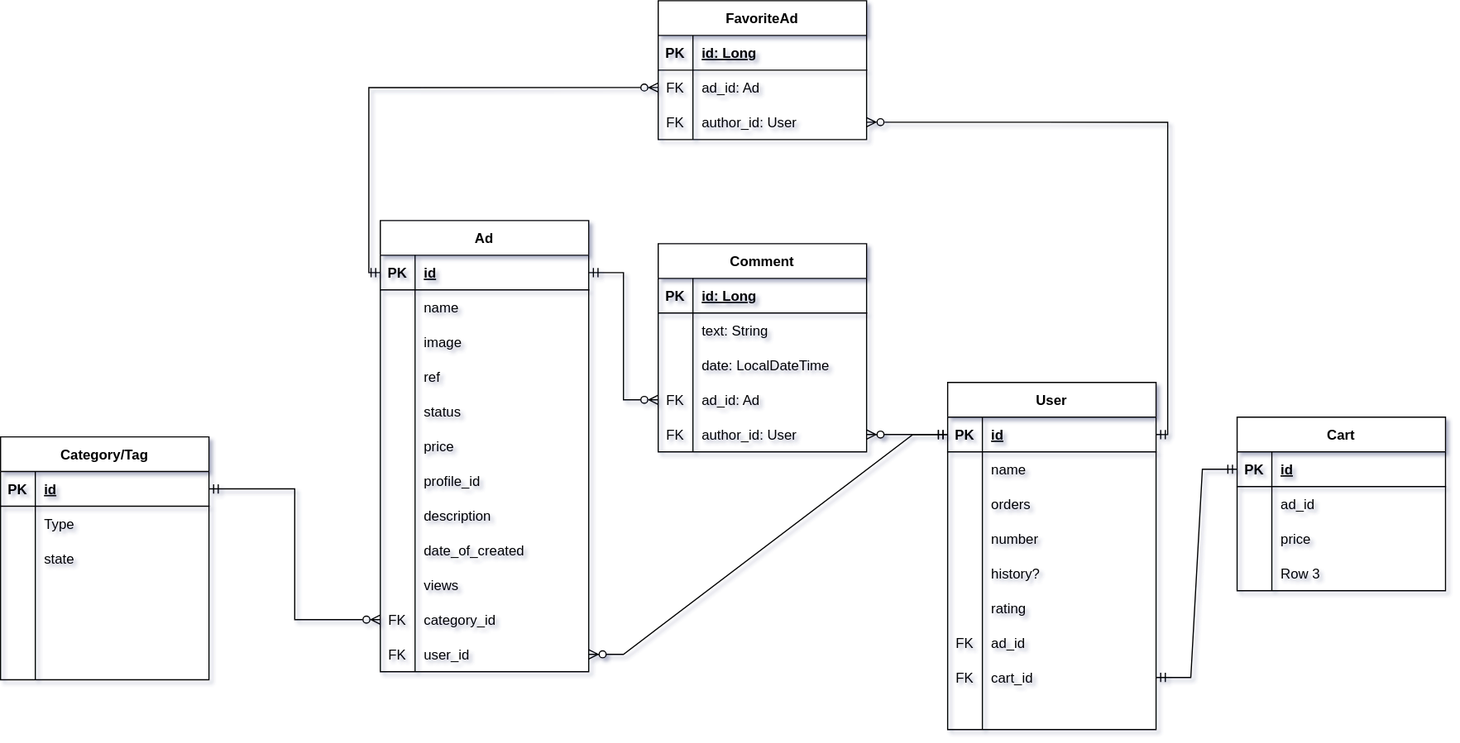
Before: src/main/resources/WaceplareERD.svg, a diagram exported from draw.io (E6L1PS/waceplare_app_backend). Source tidied: cells renumbered, new cells last; positions are measured from the earlier drawing's top-left corner, leaving out a move shared by most shapes.
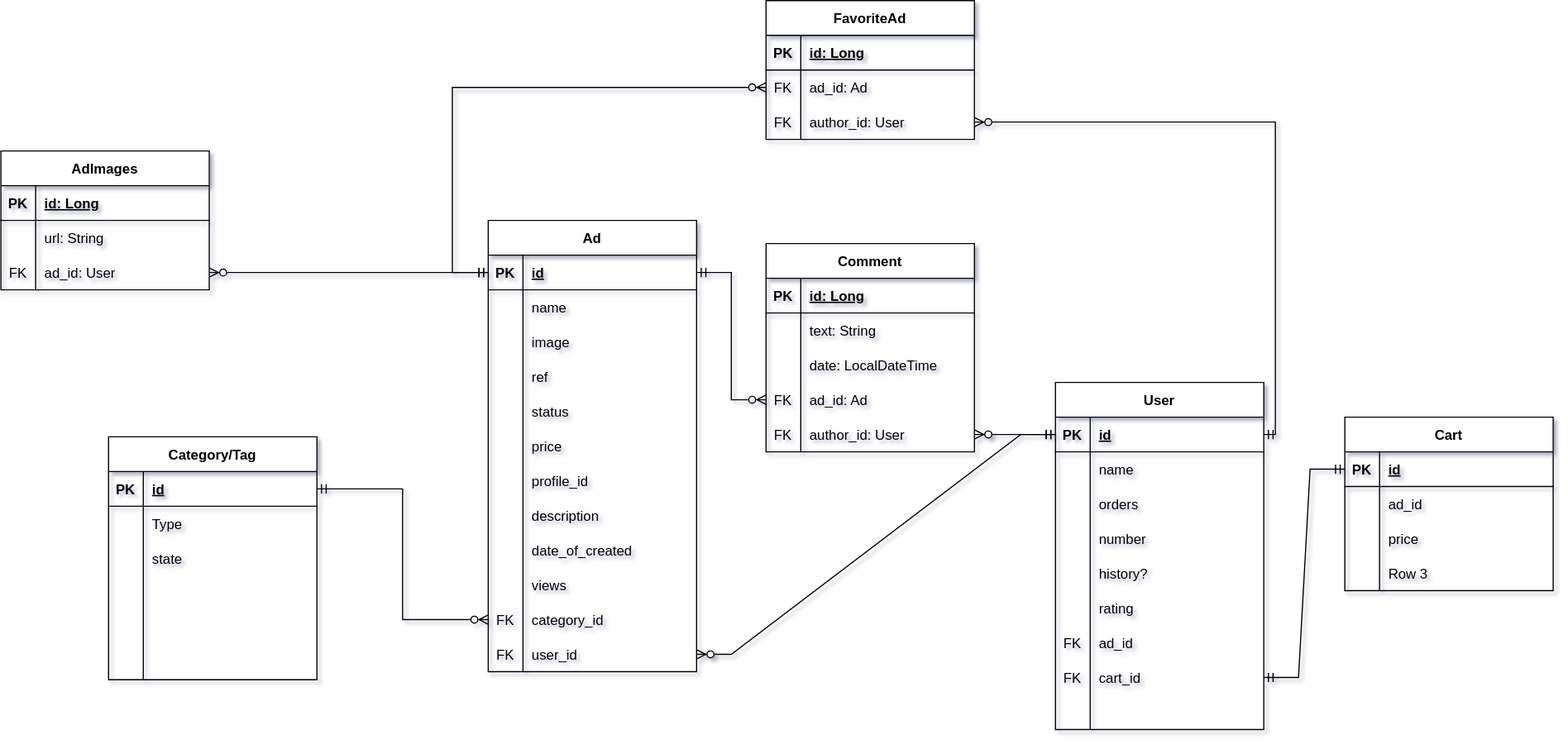
After the commit.

Change to the diagram source:
```diff
@@ -387,10 +387,52 @@
       <mxGeometry x="30" width="150" height="30" as="geometry" />
     </mxCell>
     <mxCell id="130" style="edgeStyle=orthogonalEdgeStyle;fontSize=12;html=1;endArrow=ERzeroToMany;startArrow=ERmandOne;rounded=0;endFill=0;entryX=0;entryY=0.5;entryDx=0;entryDy=0;exitX=0;exitY=0.5;exitDx=0;exitDy=0;" parent="1" edge="1" source="31" target="124">
-      <mxGeometry relative="1" as="geometry" />
+      <mxGeometry relative="1" as="geometry">
+        <Array as="points">
+          <mxPoint x="297" y="235" />
+          <mxPoint x="297" y="75" />
+        </Array>
+      </mxGeometry>
     </mxCell>
     <mxCell id="131" style="edgeStyle=orthogonalEdgeStyle;fontSize=12;html=1;endArrow=ERzeroToMany;startArrow=ERmandOne;rounded=0;endFill=0;entryX=1;entryY=0.5;entryDx=0;entryDy=0;exitX=1;exitY=0.5;exitDx=0;exitDy=0;" parent="1" edge="1" source="3" target="127">
       <mxGeometry relative="1" as="geometry" />
     </mxCell>
+    <mxCell id="132" value="AdImages" style="shape=table;startSize=30;rowLines=0;fontStyle=1;align=center;" parent="1" vertex="1">
+      <mxGeometry x="-93" y="130" width="180" height="120" as="geometry" />
+    </mxCell>
+    <mxCell id="133" style="shape=tableRow;horizontal=0;startSize=0;swimlaneHead=0;swimlaneBody=0;fillColor=none;top=0;left=0;right=0;bottom=1;" parent="132" vertex="1">
+      <mxGeometry y="30" width="180" height="30" as="geometry" />
+    </mxCell>
+    <mxCell id="134" value="PK" style="shape=partialRectangle;fillColor=none;top=0;left=0;bottom=0;right=0;fontStyle=1;overflow=hidden;" parent="133" vertex="1">
+      <mxGeometry width="30" height="30" as="geometry" />
+    </mxCell>
+    <mxCell id="135" value="id: Long" style="shape=partialRectangle;fillColor=none;top=0;left=0;bottom=0;right=0;align=left;spacingLeft=6;fontStyle=5;overflow=hidden;" parent="133" vertex="1">
+      <mxGeometry x="30" width="150" height="30" as="geometry" />
+    </mxCell>
+    <mxCell id="136" style="shape=tableRow;horizontal=0;startSize=0;swimlaneHead=0;swimlaneBody=0;fillColor=none;top=0;left=0;right=0;bottom=0;" parent="132" vertex="1">
+      <mxGeometry y="60" width="180" height="30" as="geometry" />
+    </mxCell>
+    <mxCell id="137" style="shape=partialRectangle;fillColor=none;top=0;left=0;bottom=0;right=0;overflow=hidden;" parent="136" vertex="1">
+      <mxGeometry width="30" height="30" as="geometry" />
+    </mxCell>
+    <mxCell id="138" value="url: String" style="shape=partialRectangle;fillColor=none;top=0;left=0;bottom=0;right=0;align=left;spacingLeft=6;overflow=hidden;" parent="136" vertex="1">
+      <mxGeometry x="30" width="150" height="30" as="geometry" />
+    </mxCell>
+    <mxCell id="139" style="shape=tableRow;horizontal=0;startSize=0;swimlaneHead=0;swimlaneBody=0;fillColor=none;points=[[0,0.5],[1,0.5]];portConstraint=eastwest;top=0;left=0;right=0;bottom=0;" parent="132" vertex="1">
+      <mxGeometry y="90" width="180" height="30" as="geometry" />
+    </mxCell>
+    <mxCell id="140" value="FK" style="shape=partialRectangle;fillColor=none;top=0;left=0;bottom=0;right=0;overflow=hidden;" parent="139" vertex="1">
+      <mxGeometry width="30" height="30" as="geometry" />
+    </mxCell>
+    <mxCell id="141" value="ad_id: User" style="shape=partialRectangle;fillColor=none;top=0;left=0;bottom=0;right=0;align=left;spacingLeft=6;overflow=hidden;" parent="139" vertex="1">
+      <mxGeometry x="30" width="150" height="30" as="geometry" />
+    </mxCell>
+    <mxCell id="142" style="edgeStyle=orthogonalEdgeStyle;fontSize=12;html=1;endArrow=ERzeroToMany;startArrow=ERmandOne;rounded=0;endFill=0;entryX=1;entryY=0.5;entryDx=0;entryDy=0;" parent="1" edge="1" source="31" target="139">
+      <mxGeometry relative="1" as="geometry">
+        <Array as="points">
+          <mxPoint x="108" y="235" />
+        </Array>
+      </mxGeometry>
+    </mxCell>
   </root>
 </mxGraphModel>
```
